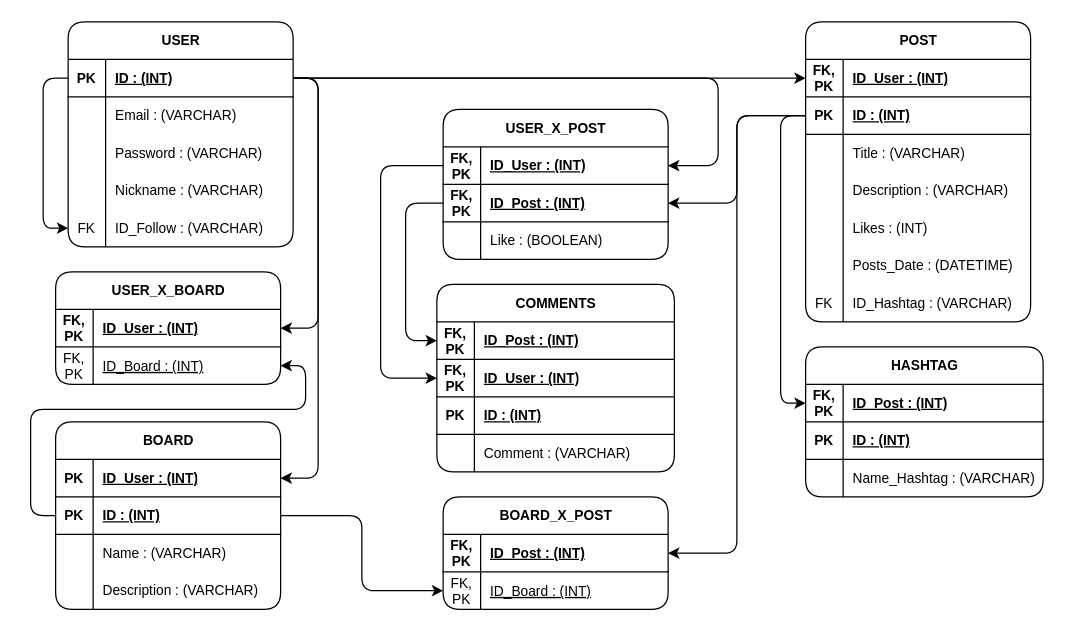
Before: page "MR" (2 of 2) of Models Relation Entity/Portfolio_Art.drawio in ZalazarFernando/Portfolio_Art, a draw.io diagram. Source tidied: cells renumbered, new cells numbered last; positions are measured from the earlier drawing's top-left corner, leaving out a move shared by most shapes. Both pictures are drawn from the tidied source at 125%, with x=0, y=0 at pixel (30, 21).
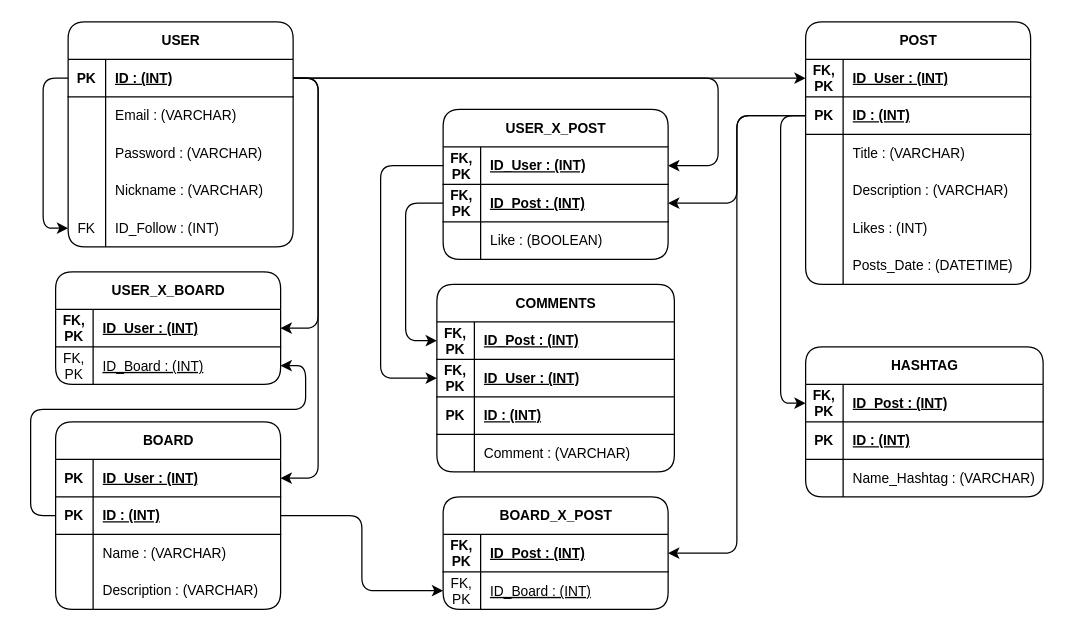
The same page after the edit.

Unchanged cells that the change refers to:
```xml
<mxCell id="16" style="shape=tableRow;horizontal=0;startSize=0;swimlaneHead=0;swimlaneBody=0;fillColor=none;points=[[0,0.5],[1,0.5]];portConstraint=eastwest;top=0;left=0;right=0;bottom=0;rounded=1;fontFamily=Helvetica;fontSize=11;fontColor=default;" parent="3" vertex="1">
  <mxGeometry y="150" width="180" height="30" as="geometry" />
</mxCell>
```

Diff of the diagram source:
```diff
@@
-    <mxCell id="18" value="ID_Follow : (VARCHAR)" style="shape=partialRectangle;fillColor=none;top=0;left=0;bottom=0;right=0;align=left;spacingLeft=6;overflow=hidden;whiteSpace=wrap;html=1;rounded=1;fontFamily=Helvetica;fontSize=11;fontColor=default;" parent="16" vertex="1">
+    <mxCell id="18" value="ID_Follow : (INT)" style="shape=partialRectangle;fillColor=none;top=0;left=0;bottom=0;right=0;align=left;spacingLeft=6;overflow=hidden;whiteSpace=wrap;html=1;rounded=1;fontFamily=Helvetica;fontSize=11;fontColor=default;" parent="16" vertex="1">
       <mxGeometry x="30" width="150" height="30" as="geometry" />
     </mxCell>
     <mxCell id="19" value="POST" style="shape=table;startSize=30;childLayout=tableLayout;rowLines=0;fontStyle=1;align=center;html=1;rounded=1;fontFamily=Helvetica;fontSize=11;fontColor=default;" parent="1" vertex="1">
-      <mxGeometry x="620" width="180" height="240" as="geometry" />
+      <mxGeometry x="620" width="180" height="210" as="geometry" />
     </mxCell>
@@
-    <mxCell id="38" style="shape=tableRow;horizontal=0;startSize=0;swimlaneHead=0;swimlaneBody=0;fillColor=none;top=0;left=0;right=0;bottom=0;rounded=1;fontFamily=Helvetica;fontSize=11;fontColor=default;" parent="19" vertex="1">
-      <mxGeometry y="210" width="180" height="30" as="geometry" />
-    </mxCell>
-    <mxCell id="39" value="FK" style="shape=partialRectangle;fillColor=none;top=0;left=0;bottom=0;right=0;overflow=hidden;whiteSpace=wrap;html=1;rounded=1;fontFamily=Helvetica;fontSize=11;fontColor=default;" parent="38" vertex="1">
-      <mxGeometry width="30" height="30" as="geometry" />
-    </mxCell>
-    <mxCell id="40" value="ID_Hashtag : (VARCHAR)" style="shape=partialRectangle;fillColor=none;top=0;left=0;bottom=0;right=0;align=left;spacingLeft=6;overflow=hidden;whiteSpace=wrap;html=1;rounded=1;fontFamily=Helvetica;fontSize=11;fontColor=default;" parent="38" vertex="1">
-      <mxGeometry x="30" width="150" height="30" as="geometry" />
-    </mxCell>
```
